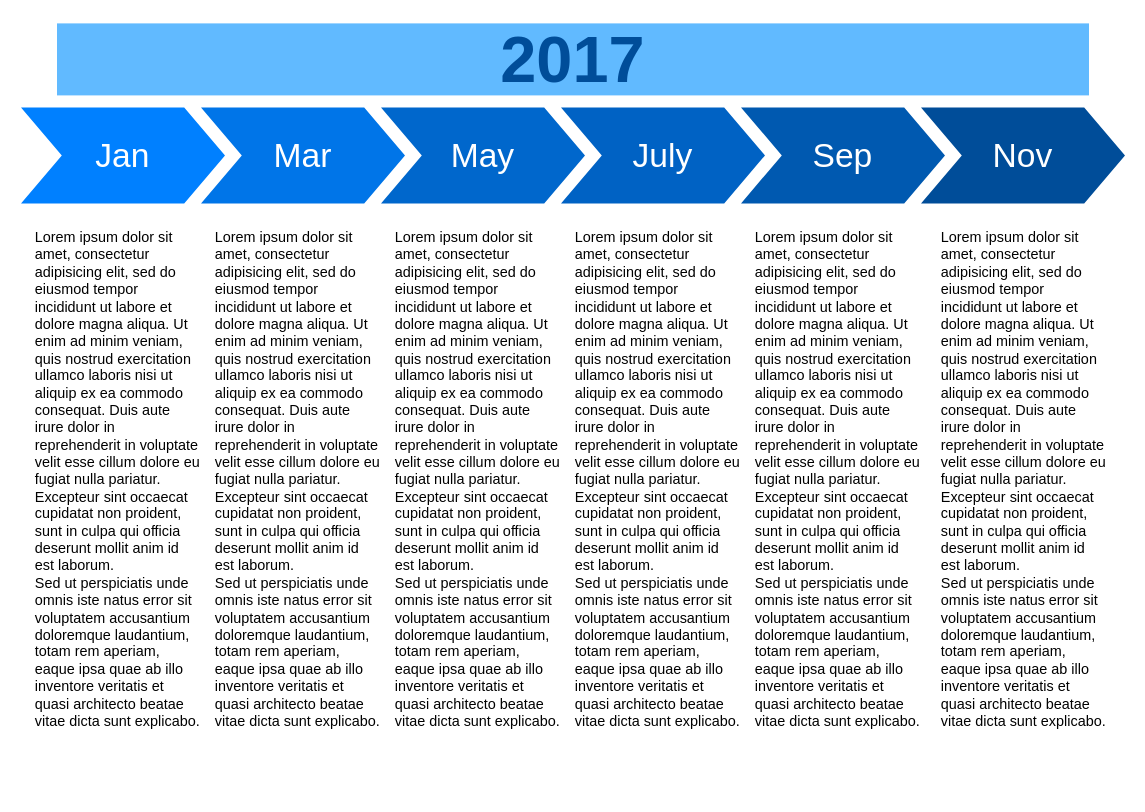
This is datasave/培训赋能路线-分部.drawio from yylqing/diagrams, a draw.io file, before an edit. Source tidied: cells renumbered, new cells numbered last; positions are measured from the earlier drawing's top-left corner, leaving out a move shared by most shapes. Both pictures are drawn from the tidied source at 120%, with x=0, y=0 at pixel (20, 23).
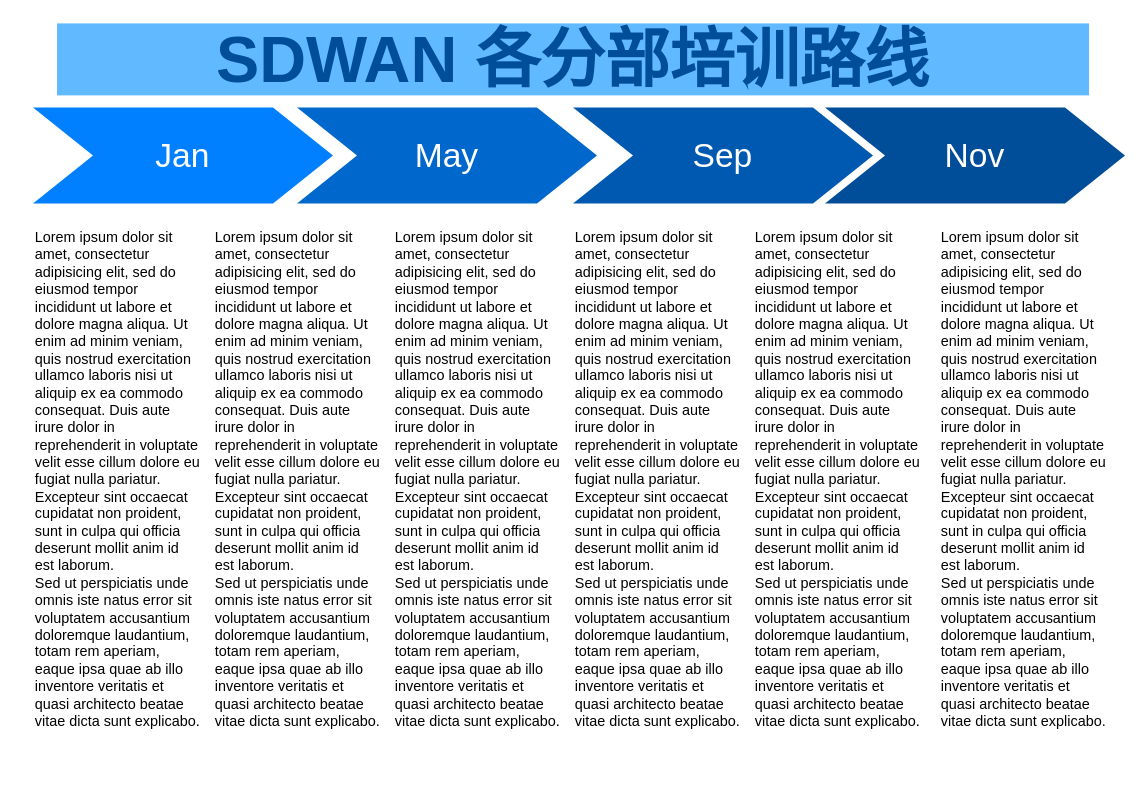
After the change.

Commit message:
更新培训赋能路线-分部.drawio

What changed in the source:
```diff
@@
 <mxGraphModel>
   <root>
     <mxCell id="0" />
     <mxCell id="1" parent="0" />
     <mxCell id="2" value="Jan" style="shape=step;whiteSpace=wrap;html=1;fontSize=28;fillColor=#0080FF;fontColor=#FFFFFF;strokeColor=none;" parent="1" vertex="1">
-      <mxGeometry y="70" width="170" height="80" as="geometry" />
+      <mxGeometry x="10" y="70" width="250" height="80" as="geometry" />
     </mxCell>
-    <mxCell id="3" value="Mar" style="shape=step;whiteSpace=wrap;html=1;fontSize=28;fillColor=#0075E8;fontColor=#FFFFFF;strokeColor=none;" parent="1" vertex="1">
-      <mxGeometry x="150" y="70" width="170" height="80" as="geometry" />
-    </mxCell>
     <mxCell id="4" value="May" style="shape=step;whiteSpace=wrap;html=1;fontSize=28;fillColor=#0067CC;fontColor=#FFFFFF;strokeColor=none;" parent="1" vertex="1">
-      <mxGeometry x="300" y="70" width="170" height="80" as="geometry" />
+      <mxGeometry x="230" y="70" width="250" height="80" as="geometry" />
     </mxCell>
-    <mxCell id="5" value="July" style="shape=step;whiteSpace=wrap;html=1;fontSize=28;fillColor=#0062C4;fontColor=#FFFFFF;strokeColor=none;" parent="1" vertex="1">
-      <mxGeometry x="450" y="70" width="170" height="80" as="geometry" />
-    </mxCell>
     <mxCell id="6" value="Sep" style="shape=step;whiteSpace=wrap;html=1;fontSize=28;fillColor=#0059B0;fontColor=#FFFFFF;strokeColor=none;" parent="1" vertex="1">
-      <mxGeometry x="600" y="70" width="170" height="80" as="geometry" />
+      <mxGeometry x="460" y="70" width="250" height="80" as="geometry" />
     </mxCell>
     <mxCell id="7" value="Nov" style="shape=step;whiteSpace=wrap;html=1;fontSize=28;fillColor=#004D99;fontColor=#FFFFFF;strokeColor=none;" parent="1" vertex="1">
-      <mxGeometry x="750" y="70" width="170" height="80" as="geometry" />
+      <mxGeometry x="670" y="70" width="250" height="80" as="geometry" />
     </mxCell>
-    <mxCell id="8" value="2017" style="text;html=1;strokeColor=none;fillColor=#61BAFF;align=center;verticalAlign=middle;whiteSpace=wrap;fontSize=54;fontStyle=1;fontColor=#004D99;" parent="1" vertex="1">
+    <mxCell id="8" value="SDWAN 各分部培训路线" style="text;html=1;strokeColor=none;fillColor=#61BAFF;align=center;verticalAlign=middle;whiteSpace=wrap;fontSize=54;fontStyle=1;fontColor=#004D99;" parent="1" vertex="1">
       <mxGeometry x="30" width="860" height="60" as="geometry" />
     </mxCell>
     <mxCell id="9" value="Lorem ipsum dolor sit amet, consectetur adipisicing elit, sed do eiusmod tempor incididunt ut labore et dolore magna aliqua. Ut enim ad minim veniam, quis nostrud exercitation ullamco laboris nisi ut aliquip ex ea commodo consequat. Duis aute irure dolor in reprehenderit in voluptate velit esse cillum dolore eu fugiat nulla pariatur. Excepteur sint occaecat cupidatat non proident, sunt in culpa qui officia deserunt mollit anim id est laborum.&lt;br&gt;Sed ut perspiciatis unde omnis iste natus error sit voluptatem accusantium doloremque laudantium, totam rem aperiam, eaque ipsa quae ab illo inventore veritatis et quasi architecto beatae vitae dicta sunt explicabo." style="text;spacingTop=-5;fillColor=#ffffff;whiteSpace=wrap;html=1;align=left;fontSize=12;fontFamily=Helvetica;fillColor=none;strokeColor=none;" parent="1" vertex="1">
       <mxGeometry x="10" y="170" width="140" height="470" as="geometry" />
     </mxCell>
     <mxCell id="10" value="Lorem ipsum dolor sit amet, consectetur adipisicing elit, sed do eiusmod tempor incididunt ut labore et dolore magna aliqua. Ut enim ad minim veniam, quis nostrud exercitation ullamco laboris nisi ut aliquip ex ea commodo consequat. Duis aute irure dolor in reprehenderit in voluptate velit esse cillum dolore eu fugiat nulla pariatur. Excepteur sint occaecat cupidatat non proident, sunt in culpa qui officia deserunt mollit anim id est laborum.&lt;br&gt;Sed ut perspiciatis unde omnis iste natus error sit voluptatem accusantium doloremque laudantium, totam rem aperiam, eaque ipsa quae ab illo inventore veritatis et quasi architecto beatae vitae dicta sunt explicabo." style="text;spacingTop=-5;fillColor=#ffffff;whiteSpace=wrap;html=1;align=left;fontSize=12;fontFamily=Helvetica;fillColor=none;strokeColor=none;" parent="1" vertex="1">
       <mxGeometry x="160" y="170" width="140" height="470" as="geometry" />
     </mxCell>
     <mxCell id="11" value="Lorem ipsum dolor sit amet, consectetur adipisicing elit, sed do eiusmod tempor incididunt ut labore et dolore magna aliqua. Ut enim ad minim veniam, quis nostrud exercitation ullamco laboris nisi ut aliquip ex ea commodo consequat. Duis aute irure dolor in reprehenderit in voluptate velit esse cillum dolore eu fugiat nulla pariatur. Excepteur sint occaecat cupidatat non proident, sunt in culpa qui officia deserunt mollit anim id est laborum.&lt;br&gt;Sed ut perspiciatis unde omnis iste natus error sit voluptatem accusantium doloremque laudantium, totam rem aperiam, eaque ipsa quae ab illo inventore veritatis et quasi architecto beatae vitae dicta sunt explicabo." style="text;spacingTop=-5;fillColor=#ffffff;whiteSpace=wrap;html=1;align=left;fontSize=12;fontFamily=Helvetica;fillColor=none;strokeColor=none;" parent="1" vertex="1">
       <mxGeometry x="310" y="170" width="140" height="470" as="geometry" />
     </mxCell>
     <mxCell id="12" value="Lorem ipsum dolor sit amet, consectetur adipisicing elit, sed do eiusmod tempor incididunt ut labore et dolore magna aliqua. Ut enim ad minim veniam, quis nostrud exercitation ullamco laboris nisi ut aliquip ex ea commodo consequat. Duis aute irure dolor in reprehenderit in voluptate velit esse cillum dolore eu fugiat nulla pariatur. Excepteur sint occaecat cupidatat non proident, sunt in culpa qui officia deserunt mollit anim id est laborum.&lt;br&gt;Sed ut perspiciatis unde omnis iste natus error sit voluptatem accusantium doloremque laudantium, totam rem aperiam, eaque ipsa quae ab illo inventore veritatis et quasi architecto beatae vitae dicta sunt explicabo." style="text;spacingTop=-5;fillColor=#ffffff;whiteSpace=wrap;html=1;align=left;fontSize=12;fontFamily=Helvetica;fillColor=none;strokeColor=none;" parent="1" vertex="1">
       <mxGeometry x="460" y="170" width="140" height="470" as="geometry" />
     </mxCell>
     <mxCell id="13" value="Lorem ipsum dolor sit amet, consectetur adipisicing elit, sed do eiusmod tempor incididunt ut labore et dolore magna aliqua. Ut enim ad minim veniam, quis nostrud exercitation ullamco laboris nisi ut aliquip ex ea commodo consequat. Duis aute irure dolor in reprehenderit in voluptate velit esse cillum dolore eu fugiat nulla pariatur. Excepteur sint occaecat cupidatat non proident, sunt in culpa qui officia deserunt mollit anim id est laborum.&lt;br&gt;Sed ut perspiciatis unde omnis iste natus error sit voluptatem accusantium doloremque laudantium, totam rem aperiam, eaque ipsa quae ab illo inventore veritatis et quasi architecto beatae vitae dicta sunt explicabo." style="text;spacingTop=-5;fillColor=#ffffff;whiteSpace=wrap;html=1;align=left;fontSize=12;fontFamily=Helvetica;fillColor=none;strokeColor=none;" parent="1" vertex="1">
       <mxGeometry x="610" y="170" width="140" height="470" as="geometry" />
     </mxCell>
     <mxCell id="14" value="Lorem ipsum dolor sit amet, consectetur adipisicing elit, sed do eiusmod tempor incididunt ut labore et dolore magna aliqua. Ut enim ad minim veniam, quis nostrud exercitation ullamco laboris nisi ut aliquip ex ea commodo consequat. Duis aute irure dolor in reprehenderit in voluptate velit esse cillum dolore eu fugiat nulla pariatur. Excepteur sint occaecat cupidatat non proident, sunt in culpa qui officia deserunt mollit anim id est laborum.&lt;br&gt;Sed ut perspiciatis unde omnis iste natus error sit voluptatem accusantium doloremque laudantium, totam rem aperiam, eaque ipsa quae ab illo inventore veritatis et quasi architecto beatae vitae dicta sunt explicabo." style="text;spacingTop=-5;fillColor=#ffffff;whiteSpace=wrap;html=1;align=left;fontSize=12;fontFamily=Helvetica;fillColor=none;strokeColor=none;" parent="1" vertex="1">
       <mxGeometry x="765" y="170" width="140" height="470" as="geometry" />
     </mxCell>
   </root>
 </mxGraphModel>
```
